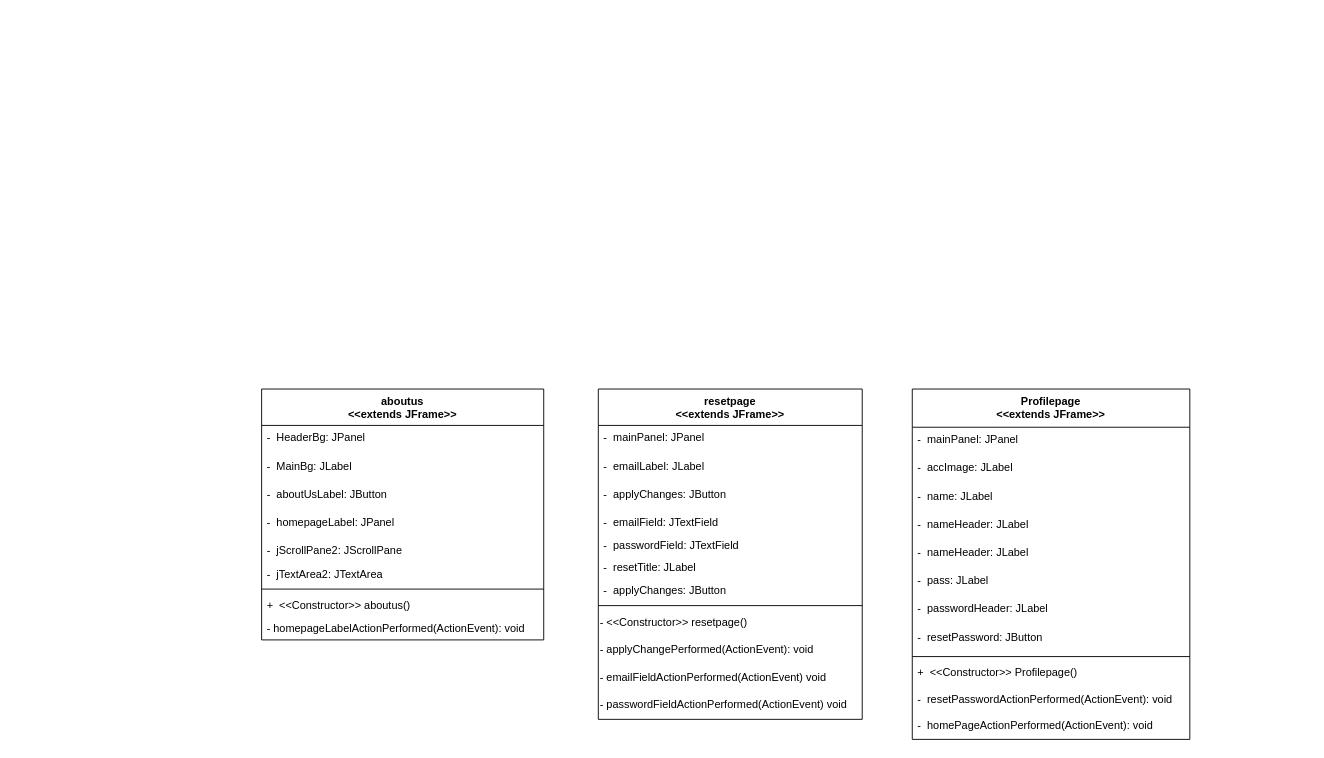
LordDdanielHan/test keeps this draw.io diagram as MarshaDiagram.drawio. Above is the earlier version. Source tidied: cells renumbered, new cells numbered last; positions are measured from the earlier drawing's top-left corner, leaving out a move shared by most shapes. Both pictures are drawn from the tidied source at 91%, with x=0, y=0 at pixel (261, 389).
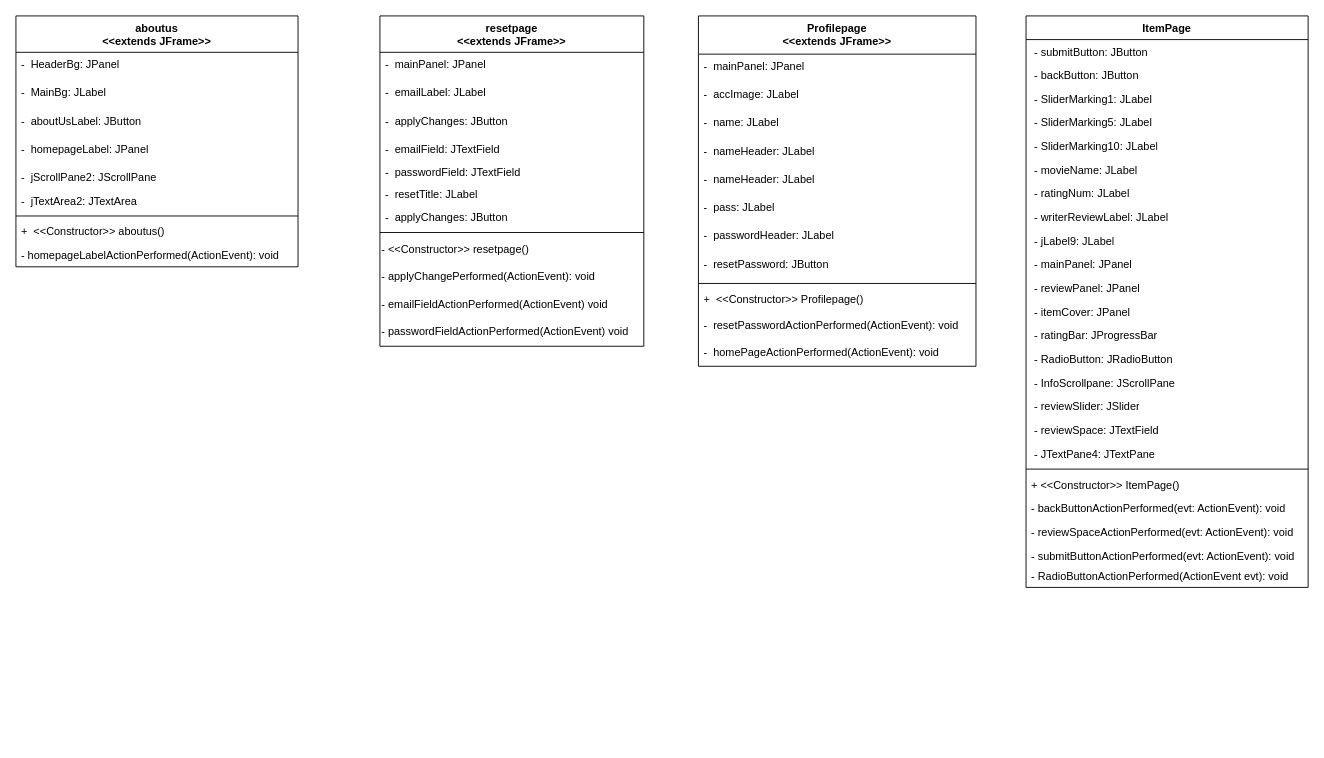
After the change.

Diff of the diagram source:
```diff
@@
     <mxCell id="2" value="aboutus&#10;&lt;&lt;extends JFrame&gt;&gt;&#10;" style="swimlane;fontStyle=1;align=center;verticalAlign=top;horizontal=1;startSize=40;" parent="1" vertex="1">
-      <mxGeometry width="310" height="275.7" as="geometry" />
+      <mxGeometry x="-270" y="-410" width="310" height="275.7" as="geometry" />
     </mxCell>
@@
     <mxCell id="12" value="resetpage&#10;&lt;&lt;extends JFrame&gt;&gt;&#10;" style="swimlane;fontStyle=1;align=center;verticalAlign=top;horizontal=1;startSize=40;" parent="1" vertex="1">
-      <mxGeometry x="370" width="290" height="363" as="geometry" />
+      <mxGeometry x="130" y="-410" width="290" height="363" as="geometry" />
     </mxCell>
@@
     <mxCell id="25" value="Profilepage&#10;&lt;&lt;extends JFrame&gt;&gt;&#10;&#10;" style="swimlane;fontStyle=1;align=center;verticalAlign=top;horizontal=1;startSize=42;" parent="1" vertex="1">
-      <mxGeometry x="715" width="305" height="385" as="geometry" />
+      <mxGeometry x="480" y="-410" width="305" height="385" as="geometry" />
     </mxCell>
@@
+    <mxCell id="38" value="ItemPage" style="swimlane;fontStyle=1;align=center;verticalAlign=top;horizontal=1;startSize=26;whiteSpace=wrap;html=1;" parent="1" vertex="1">
+      <mxGeometry x="840" y="-410" width="310" height="628" as="geometry" />
+    </mxCell>
+    <mxCell id="39" value="&amp;nbsp;- submitButton: JButton" style="text;strokeColor=none;fillColor=none;align=left;verticalAlign=top;spacingLeft=4;spacingRight=4;overflow=hidden;whiteSpace=wrap;html=1;" parent="38" vertex="1">
+      <mxGeometry y="26" width="310" height="26" as="geometry" />
+    </mxCell>
+    <mxCell id="40" value="&amp;nbsp;- backButton: JButton" style="text;strokeColor=none;fillColor=none;align=left;verticalAlign=top;spacingLeft=4;spacingRight=4;overflow=hidden;whiteSpace=wrap;html=1;" parent="38" vertex="1">
+      <mxGeometry y="52" width="310" height="26" as="geometry" />
+    </mxCell>
+    <mxCell id="41" value="&amp;nbsp;- SliderMarking1: JLabel" style="text;strokeColor=none;fillColor=none;align=left;verticalAlign=top;spacingLeft=4;spacingRight=4;overflow=hidden;whiteSpace=wrap;html=1;" parent="38" vertex="1">
+      <mxGeometry y="78" width="310" height="26" as="geometry" />
+    </mxCell>
+    <mxCell id="42" value="&amp;nbsp;- SliderMarking5: JLabel" style="text;strokeColor=none;fillColor=none;align=left;verticalAlign=top;spacingLeft=4;spacingRight=4;overflow=hidden;whiteSpace=wrap;html=1;" parent="38" vertex="1">
+      <mxGeometry y="104" width="310" height="26" as="geometry" />
+    </mxCell>
+    <mxCell id="43" value="&amp;nbsp;- SliderMarking10: JLabel" style="text;strokeColor=none;fillColor=none;align=left;verticalAlign=top;spacingLeft=4;spacingRight=4;overflow=hidden;whiteSpace=wrap;html=1;" parent="38" vertex="1">
+      <mxGeometry y="130" width="310" height="26" as="geometry" />
+    </mxCell>
+    <mxCell id="44" value="&amp;nbsp;- movieName: JLabel" style="text;strokeColor=none;fillColor=none;align=left;verticalAlign=top;spacingLeft=4;spacingRight=4;overflow=hidden;whiteSpace=wrap;html=1;" parent="38" vertex="1">
+      <mxGeometry y="156" width="310" height="26" as="geometry" />
+    </mxCell>
+    <mxCell id="45" value="&amp;nbsp;- ratingNum: JLabel" style="text;strokeColor=none;fillColor=none;align=left;verticalAlign=top;spacingLeft=4;spacingRight=4;overflow=hidden;whiteSpace=wrap;html=1;" parent="38" vertex="1">
+      <mxGeometry y="182" width="310" height="26" as="geometry" />
+    </mxCell>
+    <mxCell id="46" value="&amp;nbsp;- writerReviewLabel: JLabel" style="text;strokeColor=none;fillColor=none;align=left;verticalAlign=top;spacingLeft=4;spacingRight=4;overflow=hidden;whiteSpace=wrap;html=1;" parent="38" vertex="1">
+      <mxGeometry y="208" width="310" height="26" as="geometry" />
+    </mxCell>
+    <mxCell id="47" value="&amp;nbsp;- jLabel9: JLabel" style="text;strokeColor=none;fillColor=none;align=left;verticalAlign=top;spacingLeft=4;spacingRight=4;overflow=hidden;whiteSpace=wrap;html=1;" parent="38" vertex="1">
+      <mxGeometry y="234" width="310" height="26" as="geometry" />
+    </mxCell>
+    <mxCell id="48" value="&amp;nbsp;- mainPanel: JPanel" style="text;strokeColor=none;fillColor=none;align=left;verticalAlign=top;spacingLeft=4;spacingRight=4;overflow=hidden;whiteSpace=wrap;html=1;" parent="38" vertex="1">
+      <mxGeometry y="260" width="310" height="26" as="geometry" />
+    </mxCell>
+    <mxCell id="49" value="&amp;nbsp;- reviewPanel: JPanel" style="text;strokeColor=none;fillColor=none;align=left;verticalAlign=top;spacingLeft=4;spacingRight=4;overflow=hidden;whiteSpace=wrap;html=1;" parent="38" vertex="1">
+      <mxGeometry y="286" width="310" height="26" as="geometry" />
+    </mxCell>
+    <mxCell id="50" value="&amp;nbsp;- itemCover: JPanel" style="text;strokeColor=none;fillColor=none;align=left;verticalAlign=top;spacingLeft=4;spacingRight=4;overflow=hidden;whiteSpace=wrap;html=1;" parent="38" vertex="1">
+      <mxGeometry y="312" width="310" height="26" as="geometry" />
+    </mxCell>
+    <mxCell id="51" value="&amp;nbsp;- ratingBar: JProgressBar" style="text;strokeColor=none;fillColor=none;align=left;verticalAlign=top;spacingLeft=4;spacingRight=4;overflow=hidden;whiteSpace=wrap;html=1;" parent="38" vertex="1">
+      <mxGeometry y="338" width="310" height="26" as="geometry" />
+    </mxCell>
+    <mxCell id="52" value="&amp;nbsp;- RadioButton: JRadioButton" style="text;strokeColor=none;fillColor=none;align=left;verticalAlign=top;spacingLeft=4;spacingRight=4;overflow=hidden;whiteSpace=wrap;html=1;" parent="38" vertex="1">
+      <mxGeometry y="364" width="310" height="26" as="geometry" />
+    </mxCell>
+    <mxCell id="53" value="&amp;nbsp;- InfoScrollpane: JScrollPane" style="text;strokeColor=none;fillColor=none;align=left;verticalAlign=top;spacingLeft=4;spacingRight=4;overflow=hidden;whiteSpace=wrap;html=1;" parent="38" vertex="1">
+      <mxGeometry y="390" width="310" height="26" as="geometry" />
+    </mxCell>
+    <mxCell id="54" value="&amp;nbsp;- reviewSlider: JSlider" style="text;strokeColor=none;fillColor=none;align=left;verticalAlign=top;spacingLeft=4;spacingRight=4;overflow=hidden;whiteSpace=wrap;html=1;" parent="38" vertex="1">
+      <mxGeometry y="416" width="310" height="26" as="geometry" />
+    </mxCell>
+    <mxCell id="55" value="&amp;nbsp;- reviewSpace: JTextField" style="text;strokeColor=none;fillColor=none;align=left;verticalAlign=top;spacingLeft=4;spacingRight=4;overflow=hidden;whiteSpace=wrap;html=1;" parent="38" vertex="1">
+      <mxGeometry y="442" width="310" height="26" as="geometry" />
+    </mxCell>
+    <mxCell id="56" value="&amp;nbsp;- JTextPane4: JTextPane" style="text;strokeColor=none;fillColor=none;align=left;verticalAlign=top;spacingLeft=4;spacingRight=4;overflow=hidden;whiteSpace=wrap;html=1;" parent="38" vertex="1">
+      <mxGeometry y="468" width="310" height="26" as="geometry" />
+    </mxCell>
+    <mxCell id="57" style="line;strokeWidth=1;fillColor=none;align=left;verticalAlign=middle;spacingTop=-1;spacingLeft=3;spacingRight=3;labelPosition=right;strokeColor=inherit;" parent="38" vertex="1">
+      <mxGeometry y="494" width="310" height="8" as="geometry" />
+    </mxCell>
+    <mxCell id="58" value="+ &amp;lt;&amp;lt;Constructor&amp;gt;&amp;gt; ItemPage()" style="text;strokeColor=none;fillColor=none;align=left;verticalAlign=top;spacingLeft=4;spacingRight=4;overflow=hidden;whiteSpace=wrap;html=1;" parent="38" vertex="1">
+      <mxGeometry y="502" width="310" height="26" as="geometry" />
+    </mxCell>
+    <mxCell id="59" value="- backButtonActionPerformed(evt: ActionEvent): void" style="text;strokeColor=none;fillColor=none;align=left;verticalAlign=top;spacingLeft=4;spacingRight=4;overflow=hidden;whiteSpace=wrap;html=1;" parent="38" vertex="1">
+      <mxGeometry y="528" width="310" height="26" as="geometry" />
+    </mxCell>
+    <mxCell id="60" value="- reviewSpaceActionPerformed(evt: ActionEvent): void" style="text;strokeColor=none;fillColor=none;align=left;verticalAlign=top;spacingLeft=4;spacingRight=4;overflow=hidden;whiteSpace=wrap;html=1;" parent="38" vertex="1">
+      <mxGeometry y="554" width="310" height="26" as="geometry" />
+    </mxCell>
+    <mxCell id="61" value="- submitButtonActionPerformed(evt: ActionEvent): void" style="text;strokeColor=none;fillColor=none;align=left;verticalAlign=top;spacingLeft=4;spacingRight=4;overflow=hidden;whiteSpace=wrap;html=1;" parent="38" vertex="1">
+      <mxGeometry y="580" width="310" height="22" as="geometry" />
+    </mxCell>
+    <mxCell id="62" value="- RadioButtonActionPerformed(ActionEvent evt): void" style="text;strokeColor=none;fillColor=none;align=left;verticalAlign=top;spacingLeft=4;spacingRight=4;overflow=hidden;whiteSpace=wrap;html=1;" parent="38" vertex="1">
+      <mxGeometry y="602" width="310" height="26" as="geometry" />
+    </mxCell>
```
